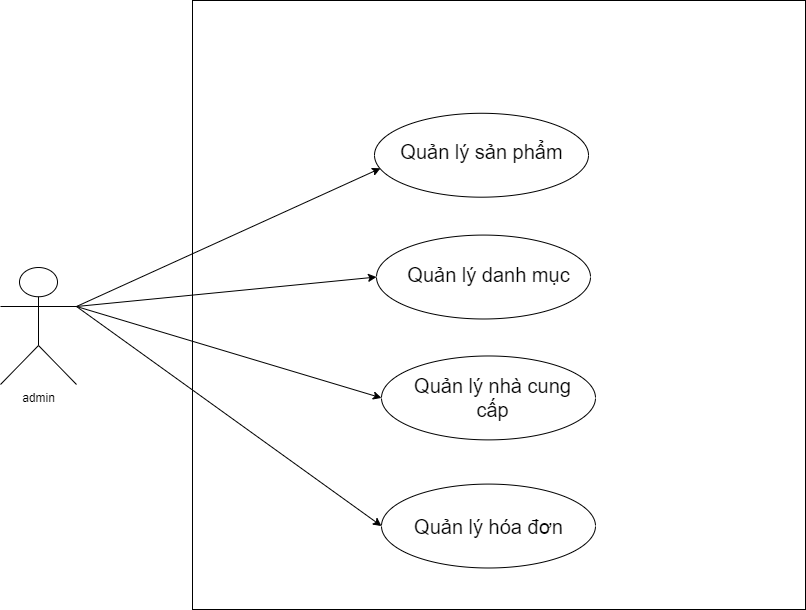
This is 5.drawio.png from dungvu242k3/JAVA, a draw.io export, as it was before one commit. Source tidied: cells renumbered, new cells last; positions are measured from the earlier drawing's top-left corner, leaving out a move shared by most shapes.
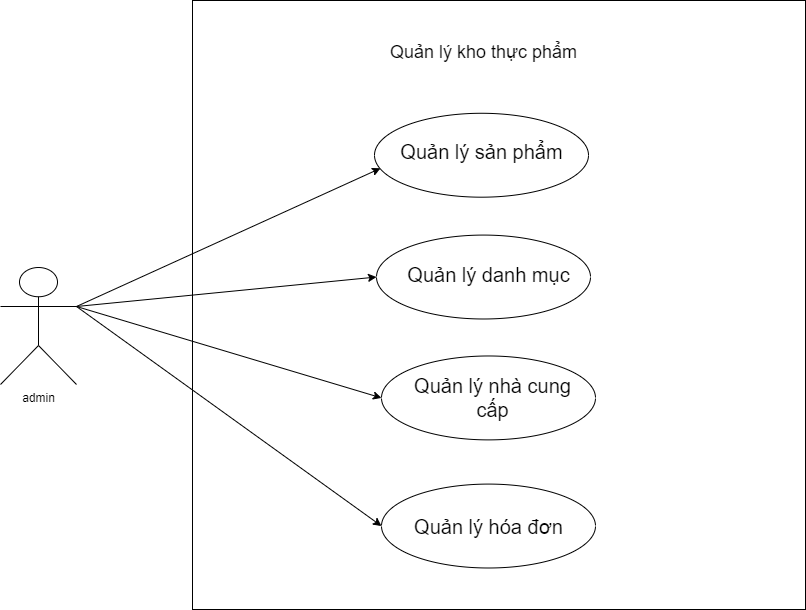
After the change.

Commit message:
Cập nhật 5.drawio.png

The edit, as a diff of the source:
```diff
@@ -47,6 +47,9 @@
     <mxCell id="16" value="&lt;font style=&quot;font-size: 20px;&quot;&gt;Quản lý hóa đơn&lt;/font&gt;" style="text;html=1;align=center;verticalAlign=middle;whiteSpace=wrap;rounded=0;" parent="14" vertex="1">
       <mxGeometry x="11.5" y="14.4" width="191" height="55" as="geometry" />
     </mxCell>
+    <mxCell id="21" value="&lt;font style=&quot;font-size: 18px;&quot;&gt;Quản lý kho thực phẩm&lt;/font&gt;" style="text;html=1;align=center;verticalAlign=middle;whiteSpace=wrap;rounded=0;" parent="3" vertex="1">
+      <mxGeometry x="174.5" y="31" width="233" height="41" as="geometry" />
+    </mxCell>
     <mxCell id="17" style="endArrow=classic;html=1;rounded=0;exitX=1;exitY=0.3333333333333333;exitDx=0;exitDy=0;exitPerimeter=0;entryX=0.028;entryY=0.656;entryDx=0;entryDy=0;entryPerimeter=0;" parent="1" edge="1" source="2" target="6">
       <mxGeometry relative="1" as="geometry" />
     </mxCell>
```
